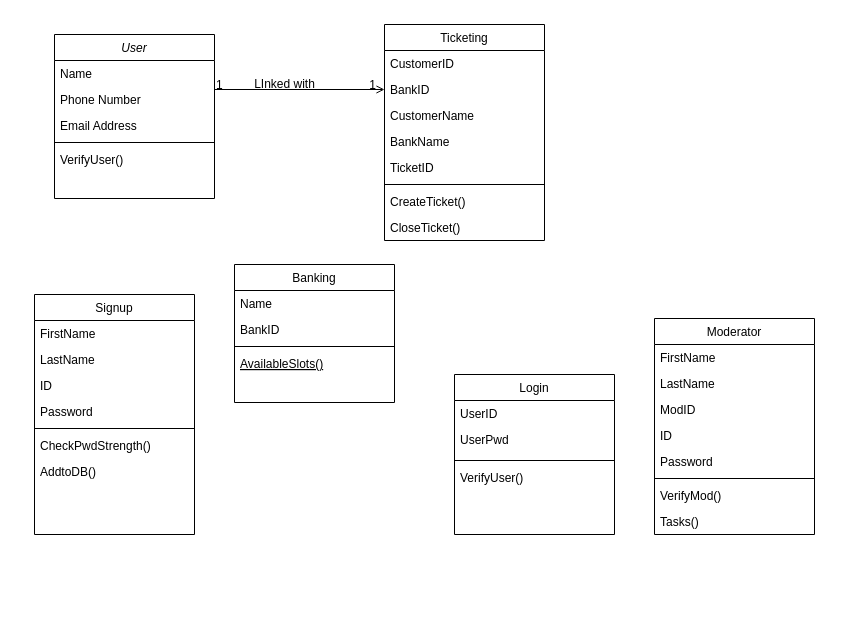
Above: Untitled Diagram.drawio in razashahid107/OOP-Project (draw.io), before the change. Source tidied: cells renumbered, new cells numbered last; positions are measured from the earlier drawing's top-left corner, leaving out a move shared by most shapes. Both pictures are drawn from the tidied source at 100%, with x=0, y=0 at pixel (34, 24).
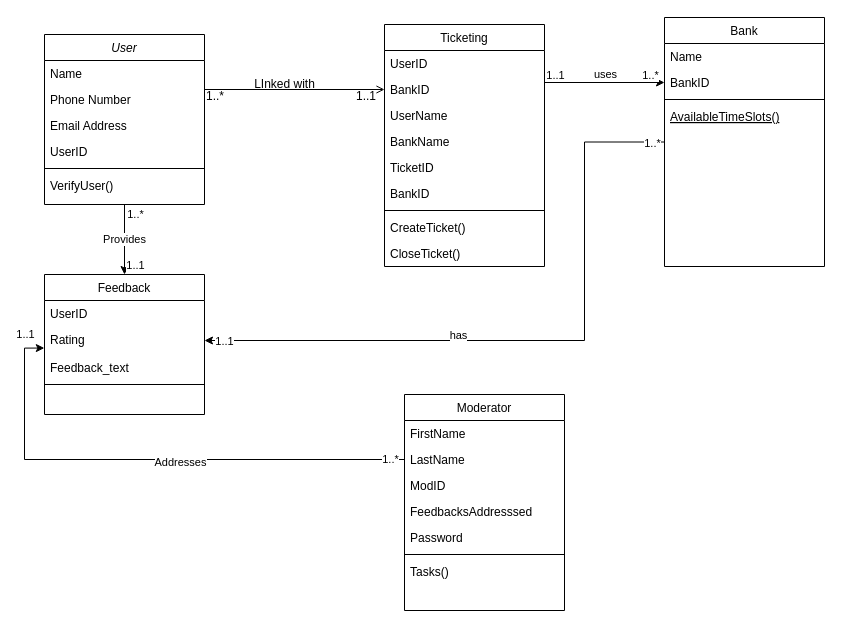
The same page after the edit.

Unchanged cells that the change refers to:
```xml
<mxCell id="10" value="BankID" style="text;align=left;verticalAlign=top;spacingLeft=4;spacingRight=4;overflow=hidden;points=[[0,0.5],[1,0.5]];portConstraint=eastwest;rounded=0;shadow=0;html=0;" parent="8" vertex="1">
  <mxGeometry y="52" width="160" height="26" as="geometry" />
</mxCell>
<mxCell id="20" value="LastName" style="text;align=left;verticalAlign=top;spacingLeft=4;spacingRight=4;overflow=hidden;points=[[0,0.5],[1,0.5]];portConstraint=eastwest;rounded=0;shadow=0;html=0;" parent="18" vertex="1">
  <mxGeometry y="52" width="160" height="26" as="geometry" />
</mxCell>
<mxCell id="27" style="endArrow=open;shadow=0;strokeWidth=1;rounded=0;endFill=1;edgeStyle=elbowEdgeStyle;elbow=vertical;entryX=0;entryY=0.5;entryDx=0;entryDy=0;" parent="1" edge="1" source="2" target="40">
  <mxGeometry x="0.5" y="41" relative="1" as="geometry">
    <mxPoint x="-40" y="32" as="offset" />
  </mxGeometry>
</mxCell>
```

The edit, as a diff of the source:
```diff
@@
+    <mxCell id="48" value="Provides" style="edgeStyle=orthogonalEdgeStyle;rounded=0;jettySize=auto;html=1;exitX=0.5;exitY=1;exitDx=0;exitDy=0;entryX=0.5;entryY=0;entryDx=0;entryDy=0;" parent="1" edge="1" source="2" target="57">
+      <mxGeometry relative="1" as="geometry" />
+    </mxCell>
+    <mxCell id="49" value="1..*" style="edgeLabel;html=1;align=center;verticalAlign=middle;" parent="48" vertex="1">
+      <mxGeometry x="-0.74" y="2" relative="1" as="geometry">
+        <mxPoint x="8" as="offset" />
+      </mxGeometry>
+    </mxCell>
+    <mxCell id="50" value="1..1" style="edgeLabel;html=1;align=center;verticalAlign=middle;" parent="48" vertex="1">
+      <mxGeometry x="0.72" y="-4" relative="1" as="geometry">
+        <mxPoint x="14" as="offset" />
+      </mxGeometry>
+    </mxCell>
     <mxCell id="2" value="User" style="swimlane;fontStyle=2;align=center;verticalAlign=top;horizontal=1;startSize=26;rounded=0;shadow=0;strokeWidth=1;" parent="1" vertex="1">
-      <mxGeometry x="20" y="10" width="160" height="164" as="geometry" />
+      <mxGeometry x="10" y="10" width="160" height="170" as="geometry" />
     </mxCell>
@@
+    <mxCell id="51" value="UserID" style="text;align=left;verticalAlign=top;spacingLeft=4;spacingRight=4;overflow=hidden;rounded=0;shadow=0;html=0;" parent="2" vertex="1">
+      <mxGeometry y="104" width="160" height="26" as="geometry" />
+    </mxCell>
     <mxCell id="6" style="line;html=1;strokeWidth=1;align=left;verticalAlign=middle;spacingTop=-1;spacingLeft=3;spacingRight=3;labelPosition=right;" parent="2" vertex="1">
-      <mxGeometry y="104" width="160" height="8" as="geometry" />
+      <mxGeometry y="130" width="160" height="8" as="geometry" />
     </mxCell>
     <mxCell id="7" value="VerifyUser()" style="text;align=left;verticalAlign=top;spacingLeft=4;spacingRight=4;overflow=hidden;" parent="2" vertex="1">
-      <mxGeometry y="112" width="160" height="26" as="geometry" />
+      <mxGeometry y="138" width="160" height="22" as="geometry" />
     </mxCell>
+    <mxCell id="52" style="edgeStyle=orthogonalEdgeStyle;rounded=0;jettySize=auto;html=1;exitX=0;exitY=0.5;exitDx=0;exitDy=0;entryX=1;entryY=0.5;entryDx=0;entryDy=0;" parent="1" edge="1" source="8" target="58">
+      <mxGeometry relative="1" as="geometry">
+        <Array as="points">
+          <mxPoint x="550" y="117" />
+          <mxPoint x="550" y="316" />
+        </Array>
+      </mxGeometry>
+    </mxCell>
+    <mxCell id="53" value="1..*" style="edgeLabel;html=1;align=center;verticalAlign=middle;" parent="52" vertex="1">
+      <mxGeometry x="-0.96" y="1" relative="1" as="geometry" />
+    </mxCell>
+    <mxCell id="54" value="1..1" style="edgeLabel;html=1;align=center;verticalAlign=middle;" parent="52" vertex="1">
+      <mxGeometry x="0.94" relative="1" as="geometry" />
+    </mxCell>
+    <mxCell id="55" value="has" style="edgeLabel;html=1;align=center;verticalAlign=middle;" parent="52" vertex="1">
+      <mxGeometry x="0.23" relative="1" as="geometry">
+        <mxPoint y="-6" as="offset" />
+      </mxGeometry>
+    </mxCell>
-    <mxCell id="8" value="Banking" style="swimlane;fontStyle=0;align=center;verticalAlign=top;horizontal=1;startSize=26;rounded=0;shadow=0;strokeWidth=1;" parent="1" vertex="1">
-      <mxGeometry x="200" y="240" width="160" height="138" as="geometry" />
+    <mxCell id="8" value="Bank" style="swimlane;fontStyle=0;align=center;verticalAlign=top;horizontal=1;startSize=26;rounded=0;shadow=0;strokeWidth=1;" parent="1" vertex="1">
+      <mxGeometry x="630" y="-7" width="160" height="249" as="geometry" />
     </mxCell>
@@
-    <mxCell id="12" value="AvailableSlots()" style="text;align=left;verticalAlign=top;spacingLeft=4;spacingRight=4;overflow=hidden;fontStyle=4;" parent="8" vertex="1">
+    <mxCell id="12" value="AvailableTimeSlots()" style="text;align=left;verticalAlign=top;spacingLeft=4;spacingRight=4;overflow=hidden;fontStyle=4;" parent="8" vertex="1">
       <mxGeometry y="86" width="160" height="26" as="geometry" />
     </mxCell>
-    <mxCell id="13" value="Login" style="swimlane;fontStyle=0;align=center;verticalAlign=top;horizontal=1;startSize=26;rounded=0;shadow=0;strokeWidth=1;" parent="1" vertex="1">
-      <mxGeometry x="420" y="350" width="160" height="160" as="geometry" />
-    </mxCell>
-    <mxCell id="14" value="UserID" style="text;align=left;verticalAlign=top;spacingLeft=4;spacingRight=4;overflow=hidden;" parent="13" vertex="1">
-      <mxGeometry y="26" width="160" height="26" as="geometry" />
-    </mxCell>
-    <mxCell id="15" value="UserPwd" style="text;align=left;verticalAlign=top;spacingLeft=4;spacingRight=4;overflow=hidden;" parent="13" vertex="1">
-      <mxGeometry y="52" width="160" height="30" as="geometry" />
-    </mxCell>
-    <mxCell id="16" style="line;html=1;strokeWidth=1;align=left;verticalAlign=middle;spacingTop=-1;spacingLeft=3;spacingRight=3;labelPosition=right;" parent="13" vertex="1">
-      <mxGeometry y="82" width="160" height="8" as="geometry" />
-    </mxCell>
-    <mxCell id="17" value="VerifyUser()" style="text;align=left;verticalAlign=top;spacingLeft=4;spacingRight=4;overflow=hidden;" parent="13" vertex="1">
-      <mxGeometry y="90" width="160" height="26" as="geometry" />
-    </mxCell>
     <mxCell id="18" value="Moderator" style="swimlane;fontStyle=0;align=center;verticalAlign=top;horizontal=1;startSize=26;rounded=0;shadow=0;strokeWidth=1;" parent="1" vertex="1">
-      <mxGeometry x="620" y="294" width="160" height="216" as="geometry" />
+      <mxGeometry x="370" y="370" width="160" height="216" as="geometry" />
     </mxCell>
@@
-    <mxCell id="22" value="ID" style="text;align=left;verticalAlign=top;spacingLeft=4;spacingRight=4;overflow=hidden;rounded=0;shadow=0;html=0;" parent="18" vertex="1">
+    <mxCell id="22" value="FeedbacksAddresssed" style="text;align=left;verticalAlign=top;spacingLeft=4;spacingRight=4;overflow=hidden;rounded=0;shadow=0;html=0;" parent="18" vertex="1">
       <mxGeometry y="104" width="160" height="26" as="geometry" />
     </mxCell>
@@
-    <mxCell id="25" value="VerifyMod()" style="text;align=left;verticalAlign=top;spacingLeft=4;spacingRight=4;overflow=hidden;" parent="18" vertex="1">
-      <mxGeometry y="164" width="160" height="26" as="geometry" />
-    </mxCell>
     <mxCell id="26" value="Tasks()" style="text;align=left;verticalAlign=top;spacingLeft=4;spacingRight=4;overflow=hidden;" parent="18" vertex="1">
-      <mxGeometry y="190" width="160" height="26" as="geometry" />
+      <mxGeometry y="164" width="160" height="26" as="geometry" />
     </mxCell>
@@
-    <mxCell id="28" value="1" style="align=left;verticalAlign=bottom;labelBackgroundColor=none;fontSize=12;" parent="27" vertex="1">
+    <mxCell id="28" value="1..*" style="align=left;verticalAlign=bottom;labelBackgroundColor=none;fontSize=12;" parent="27" vertex="1">
       <mxGeometry x="-1" relative="1" as="geometry">
-        <mxPoint y="4" as="offset" />
+        <mxPoint y="15" as="offset" />
       </mxGeometry>
     </mxCell>
-    <mxCell id="29" value="1" style="align=right;verticalAlign=bottom;labelBackgroundColor=none;fontSize=12;" parent="27" vertex="1">
+    <mxCell id="29" value="1..1" style="align=right;verticalAlign=bottom;labelBackgroundColor=none;fontSize=12;" parent="27" vertex="1">
       <mxGeometry x="1" relative="1" as="geometry">
-        <mxPoint x="-7" y="4" as="offset" />
+        <mxPoint x="-7" y="15" as="offset" />
       </mxGeometry>
     </mxCell>
-    <mxCell id="30" value="Signup" style="swimlane;fontStyle=0;align=center;verticalAlign=top;horizontal=1;startSize=26;rounded=0;shadow=0;strokeWidth=1;" parent="1" vertex="1">
-      <mxGeometry y="270" width="160" height="240" as="geometry" />
-    </mxCell>
-    <mxCell id="31" value="FirstName" style="text;align=left;verticalAlign=top;spacingLeft=4;spacingRight=4;overflow=hidden;" parent="30" vertex="1">
-      <mxGeometry y="26" width="160" height="26" as="geometry" />
-    </mxCell>
-    <mxCell id="32" value="LastName" style="text;align=left;verticalAlign=top;spacingLeft=4;spacingRight=4;overflow=hidden;rounded=0;shadow=0;html=0;" parent="30" vertex="1">
-      <mxGeometry y="52" width="160" height="26" as="geometry" />
-    </mxCell>
-    <mxCell id="33" value="ID" style="text;align=left;verticalAlign=top;spacingLeft=4;spacingRight=4;overflow=hidden;" parent="30" vertex="1">
-      <mxGeometry y="78" width="160" height="26" as="geometry" />
-    </mxCell>
-    <mxCell id="34" value="Password" style="text;align=left;verticalAlign=top;spacingLeft=4;spacingRight=4;overflow=hidden;rounded=0;shadow=0;html=0;" parent="30" vertex="1">
-      <mxGeometry y="104" width="160" height="26" as="geometry" />
-    </mxCell>
-    <mxCell id="35" style="line;html=1;strokeWidth=1;align=left;verticalAlign=middle;spacingTop=-1;spacingLeft=3;spacingRight=3;labelPosition=right;" parent="30" vertex="1">
-      <mxGeometry y="130" width="160" height="8" as="geometry" />
-    </mxCell>
-    <mxCell id="36" value="CheckPwdStrength()" style="text;align=left;verticalAlign=top;spacingLeft=4;spacingRight=4;overflow=hidden;" parent="30" vertex="1">
-      <mxGeometry y="138" width="160" height="26" as="geometry" />
-    </mxCell>
-    <mxCell id="37" value="AddtoDB()" style="text;align=left;verticalAlign=top;spacingLeft=4;spacingRight=4;overflow=hidden;" parent="30" vertex="1">
-      <mxGeometry y="164" width="160" height="26" as="geometry" />
-    </mxCell>
     <mxCell id="38" value="Ticketing" style="swimlane;fontStyle=0;align=center;verticalAlign=top;horizontal=1;startSize=26;rounded=0;shadow=0;strokeWidth=1;" parent="1" vertex="1">
-      <mxGeometry x="350" width="160" height="216" as="geometry" />
+      <mxGeometry x="350" width="160" height="242" as="geometry" />
     </mxCell>
-    <mxCell id="39" value="CustomerID" style="text;align=left;verticalAlign=top;spacingLeft=4;spacingRight=4;overflow=hidden;" parent="38" vertex="1">
+    <mxCell id="39" value="UserID" style="text;align=left;verticalAlign=top;spacingLeft=4;spacingRight=4;overflow=hidden;" parent="38" vertex="1">
       <mxGeometry y="26" width="160" height="26" as="geometry" />
     </mxCell>
@@
-    <mxCell id="41" value="CustomerName" style="text;align=left;verticalAlign=top;spacingLeft=4;spacingRight=4;overflow=hidden;rounded=0;shadow=0;html=0;" parent="38" vertex="1">
+    <mxCell id="41" value="UserName" style="text;align=left;verticalAlign=top;spacingLeft=4;spacingRight=4;overflow=hidden;rounded=0;shadow=0;html=0;" parent="38" vertex="1">
       <mxGeometry y="78" width="160" height="26" as="geometry" />
     </mxCell>
@@
+    <mxCell id="56" value="BankID" style="text;align=left;verticalAlign=top;spacingLeft=4;spacingRight=4;overflow=hidden;rounded=0;shadow=0;html=0;" parent="38" vertex="1">
+      <mxGeometry y="156" width="160" height="26" as="geometry" />
+    </mxCell>
     <mxCell id="44" style="line;html=1;strokeWidth=1;align=left;verticalAlign=middle;spacingTop=-1;spacingLeft=3;spacingRight=3;labelPosition=right;" parent="38" vertex="1">
-      <mxGeometry y="156" width="160" height="8" as="geometry" />
+      <mxGeometry y="182" width="160" height="8" as="geometry" />
     </mxCell>
     <mxCell id="45" value="CreateTicket()" style="text;align=left;verticalAlign=top;spacingLeft=4;spacingRight=4;overflow=hidden;" parent="38" vertex="1">
-      <mxGeometry y="164" width="160" height="26" as="geometry" />
+      <mxGeometry y="190" width="160" height="26" as="geometry" />
     </mxCell>
     <mxCell id="46" value="CloseTicket()" style="text;align=left;verticalAlign=top;spacingLeft=4;spacingRight=4;overflow=hidden;" parent="38" vertex="1">
-      <mxGeometry y="190" width="160" height="26" as="geometry" />
+      <mxGeometry y="216" width="160" height="26" as="geometry" />
     </mxCell>
@@
+    <mxCell id="57" value="Feedback" style="swimlane;fontStyle=0;align=center;verticalAlign=top;horizontal=1;startSize=26;rounded=0;shadow=0;strokeWidth=1;" parent="1" vertex="1">
+      <mxGeometry x="10" y="250" width="160" height="140" as="geometry" />
+    </mxCell>
+    <mxCell id="14" value="UserID" style="text;align=left;verticalAlign=top;spacingLeft=4;spacingRight=4;overflow=hidden;" parent="57" vertex="1">
+      <mxGeometry y="26" width="160" height="26" as="geometry" />
+    </mxCell>
+    <mxCell id="58" value="Rating" style="text;align=left;verticalAlign=top;spacingLeft=4;spacingRight=4;overflow=hidden;points=[[0,0.5],[1,0.5]];portConstraint=eastwest;rounded=0;shadow=0;html=0;" parent="57" vertex="1">
+      <mxGeometry y="52" width="160" height="28" as="geometry" />
+    </mxCell>
+    <mxCell id="59" value="Feedback_text" style="text;align=left;verticalAlign=top;spacingLeft=4;spacingRight=4;overflow=hidden;fontStyle=0;" parent="57" vertex="1">
+      <mxGeometry y="80" width="160" height="26" as="geometry" />
+    </mxCell>
+    <mxCell id="60" style="line;html=1;strokeWidth=1;align=left;verticalAlign=middle;spacingTop=-1;spacingLeft=3;spacingRight=3;labelPosition=right;" parent="57" vertex="1">
+      <mxGeometry y="106" width="160" height="8" as="geometry" />
+    </mxCell>
+    <mxCell id="61" style="endArrow=classic;html=1;rounded=0;entryX=0;entryY=0.5;entryDx=0;entryDy=0;" parent="1" edge="1" target="10">
+      <mxGeometry relative="1" as="geometry">
+        <mxPoint x="510" y="58" as="sourcePoint" />
+      </mxGeometry>
+    </mxCell>
+    <mxCell id="62" value="uses" style="edgeLabel;html=1;align=center;verticalAlign=middle;" parent="61" vertex="1">
+      <mxGeometry x="-0.47" relative="1" as="geometry">
+        <mxPoint x="28" y="-9" as="offset" />
+      </mxGeometry>
+    </mxCell>
+    <mxCell id="63" value="1..1" style="edgeLabel;html=1;align=center;verticalAlign=middle;" parent="61" vertex="1">
+      <mxGeometry x="-0.91" relative="1" as="geometry">
+        <mxPoint x="5" y="-8" as="offset" />
+      </mxGeometry>
+    </mxCell>
+    <mxCell id="64" value="1..*" style="edgeLabel;html=1;align=center;verticalAlign=middle;" parent="61" vertex="1">
+      <mxGeometry x="0.75" relative="1" as="geometry">
+        <mxPoint y="-8" as="offset" />
+      </mxGeometry>
+    </mxCell>
+    <mxCell id="65" style="edgeStyle=orthogonalEdgeStyle;rounded=0;jettySize=auto;html=1;exitX=0;exitY=0.5;exitDx=0;exitDy=0;entryX=-0.001;entryY=0.77;entryDx=0;entryDy=0;entryPerimeter=0;" parent="1" edge="1" source="20" target="58">
+      <mxGeometry relative="1" as="geometry" />
+    </mxCell>
+    <mxCell id="66" value="Addresses" style="edgeLabel;html=1;align=center;verticalAlign=middle;" parent="65" vertex="1">
+      <mxGeometry x="-0.12" y="2" relative="1" as="geometry" />
+    </mxCell>
+    <mxCell id="67" value="1..*" style="edgeLabel;html=1;align=center;verticalAlign=middle;" parent="65" vertex="1">
+      <mxGeometry x="-0.94" y="-1" relative="1" as="geometry" />
+    </mxCell>
+    <mxCell id="68" value="1..1" style="edgeLabel;html=1;align=center;verticalAlign=middle;" parent="65" vertex="1">
+      <mxGeometry x="0.94" y="1" relative="1" as="geometry">
+        <mxPoint x="-4" y="-13" as="offset" />
+      </mxGeometry>
+    </mxCell>
```
